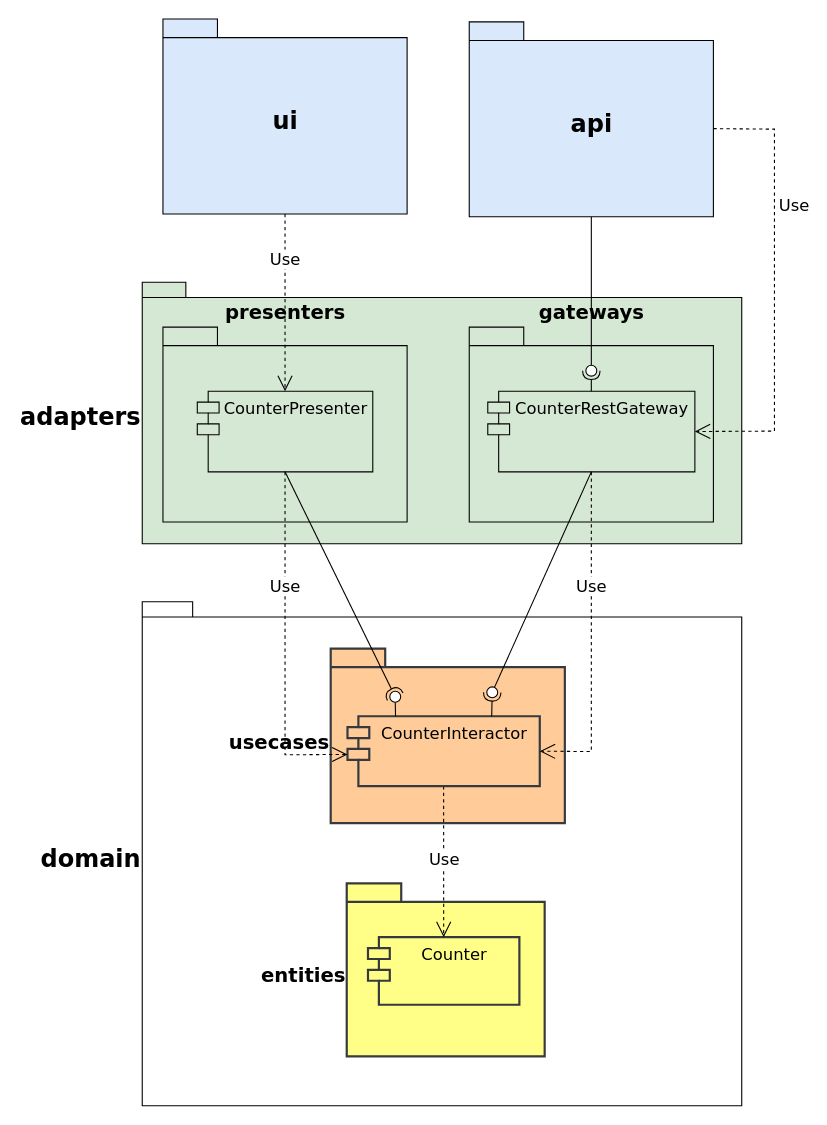
The draw.io diagram app/diagrams/packages-details.uml.drawio in softspiders/clean-architecture-counter-starters, before the edit. Source tidied: cells renumbered, new cells numbered last; positions are measured from the earlier drawing's top-left corner, leaving out a move shared by most shapes. Both pictures are drawn from the tidied source at 109%, with x=0, y=0 at pixel (142, 19).
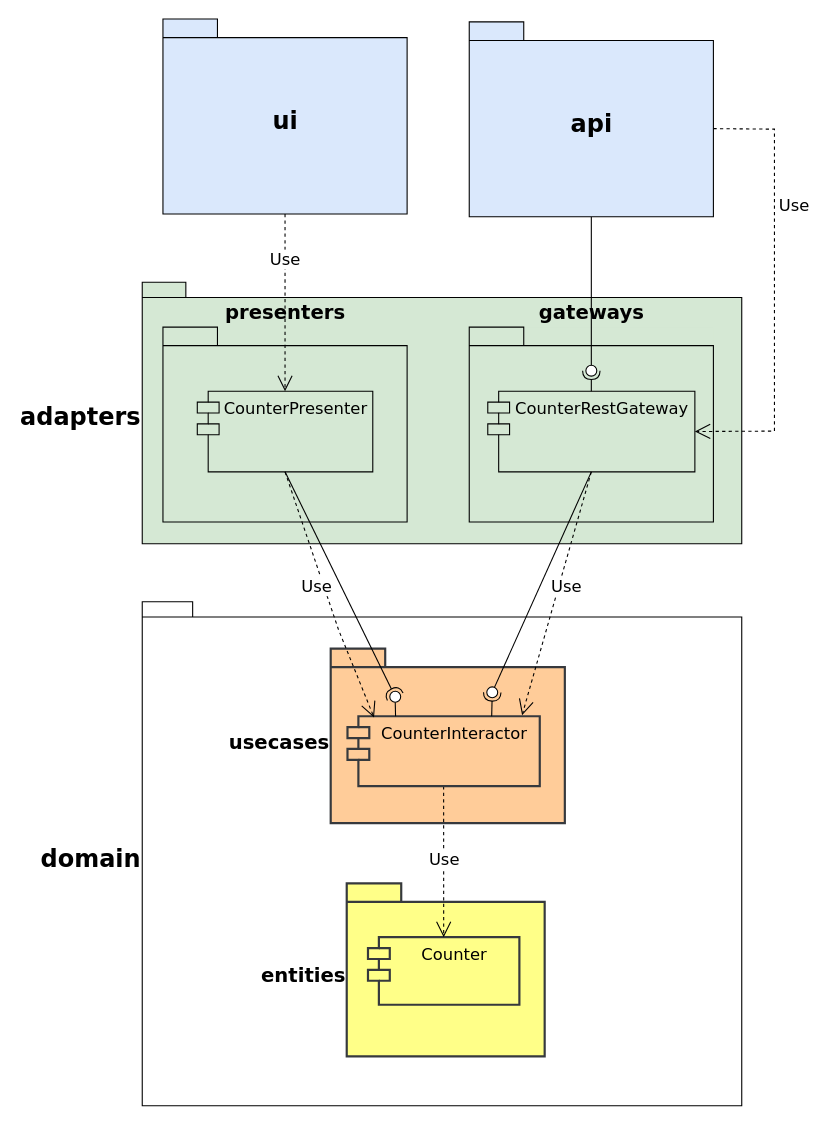
The same page after the edit.

Unchanged cells that the change refers to:
```xml
<mxCell id="9" value="CounterInteractor" style="shape=module;align=left;spacingLeft=20;align=center;verticalAlign=top;fontFamily=Verdana;fontSize=15;fillColor=#ffcc99;strokeColor=#36393d;strokeWidth=2;" parent="2" vertex="1">
  <mxGeometry x="188.3" y="105.1" width="176.4" height="64.1" as="geometry" />
</mxCell>
<mxCell id="18" value="CounterRestGateway" style="shape=module;align=left;spacingLeft=20;align=center;verticalAlign=top;fontFamily=Verdana;fontSize=15;fillColor=#d5e8d4;strokeColor=#000000;" parent="16" vertex="1">
  <mxGeometry x="17" y="58.8" width="190" height="74" as="geometry" />
</mxCell>
<mxCell id="21" value="CounterPresenter" style="shape=module;align=left;spacingLeft=20;align=center;verticalAlign=top;fontFamily=Verdana;fontSize=15;fillColor=#d5e8d4;strokeColor=#000000;" parent="1" vertex="1">
  <mxGeometry x="50.5" y="341.4" width="161" height="74" as="geometry" />
</mxCell>
```

What changed in the source:
```diff
@@
-    <mxCell id="26" value="Use" style="endArrow=open;endSize=12;dashed=1;html=1;fontFamily=Verdana;fontSize=15;exitX=0.5;exitY=1;exitDx=0;exitDy=0;entryX=1;entryY=0.5;entryDx=0;entryDy=0;rounded=0;" parent="1" edge="1" source="18" target="9">
-      <mxGeometry x="-0.31" relative="1" as="geometry">
-        <Array as="points">
-          <mxPoint x="412" y="672" />
-        </Array>
-      </mxGeometry>
+    <mxCell id="26" value="Use" style="endArrow=open;endSize=12;dashed=1;html=1;fontFamily=Verdana;fontSize=15;exitX=0.5;exitY=1;exitDx=0;exitDy=0;entryX=0.908;entryY=-0.015;entryDx=0;entryDy=0;rounded=0;entryPerimeter=0;" parent="1" edge="1" source="18" target="9">
+      <mxGeometry x="-0.08" y="7" relative="1" as="geometry" />
     </mxCell>
@@
-    <mxCell id="29" value="Use" style="endArrow=open;endSize=12;dashed=1;html=1;fontFamily=Verdana;fontSize=15;exitX=0.5;exitY=1;exitDx=0;exitDy=0;entryX=0;entryY=0;entryDx=0;entryDy=35;rounded=0;entryPerimeter=0;" parent="1" edge="1" source="21" target="9">
-      <mxGeometry x="-0.34" relative="1" as="geometry">
+    <mxCell id="29" value="Use" style="endArrow=open;endSize=12;dashed=1;html=1;fontFamily=Verdana;fontSize=15;exitX=0.5;exitY=1;exitDx=0;exitDy=0;entryX=0.138;entryY=0.019;entryDx=0;entryDy=0;rounded=0;entryPerimeter=0;" parent="1" edge="1" source="21" target="9">
+      <mxGeometry x="-0.1" y="-6" relative="1" as="geometry">
         <Array as="points">
-          <mxPoint x="131" y="675" />
+          <mxPoint x="180" y="560" />
         </Array>
       </mxGeometry>
     </mxCell>
```
